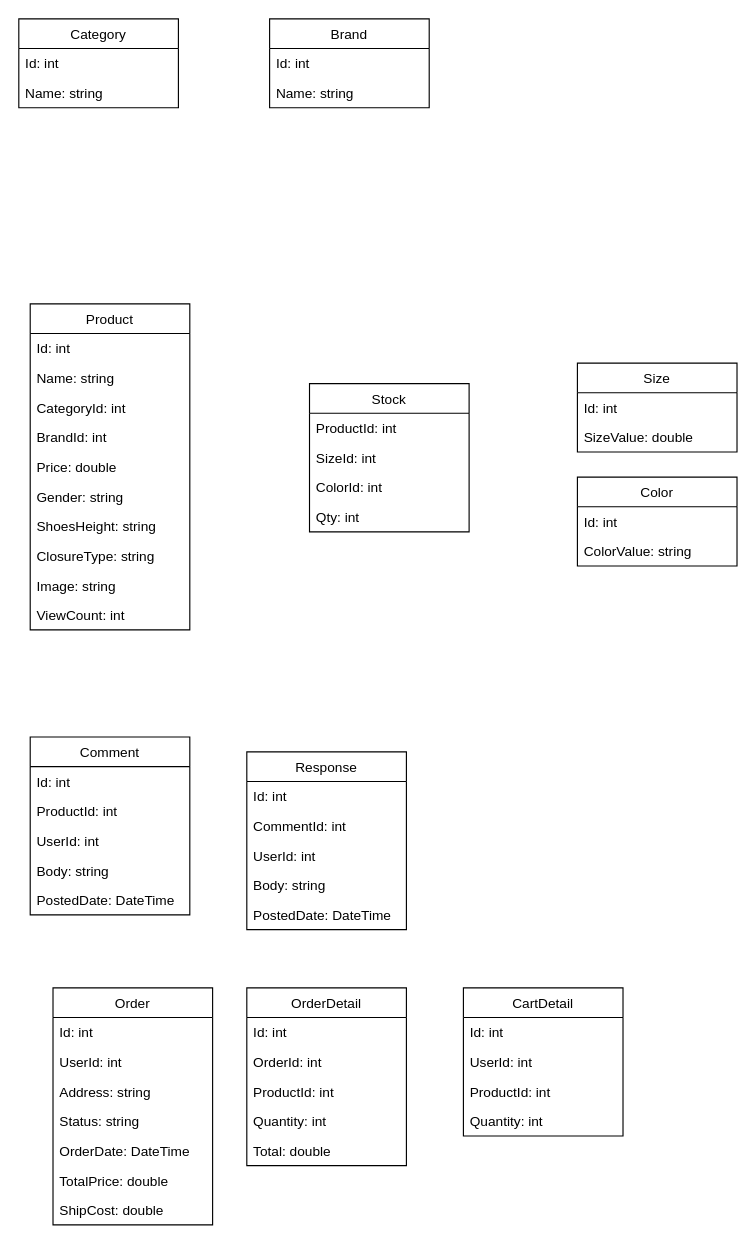
This is db.drawio from ncnt257/Hyper-Shop, a draw.io file, before an edit. Source tidied: cells renumbered, new cells numbered last; positions are measured from the earlier drawing's top-left corner, leaving out a move shared by most shapes. Both pictures are drawn from the tidied source at 114%, with x=0, y=0 at pixel (18, 18).
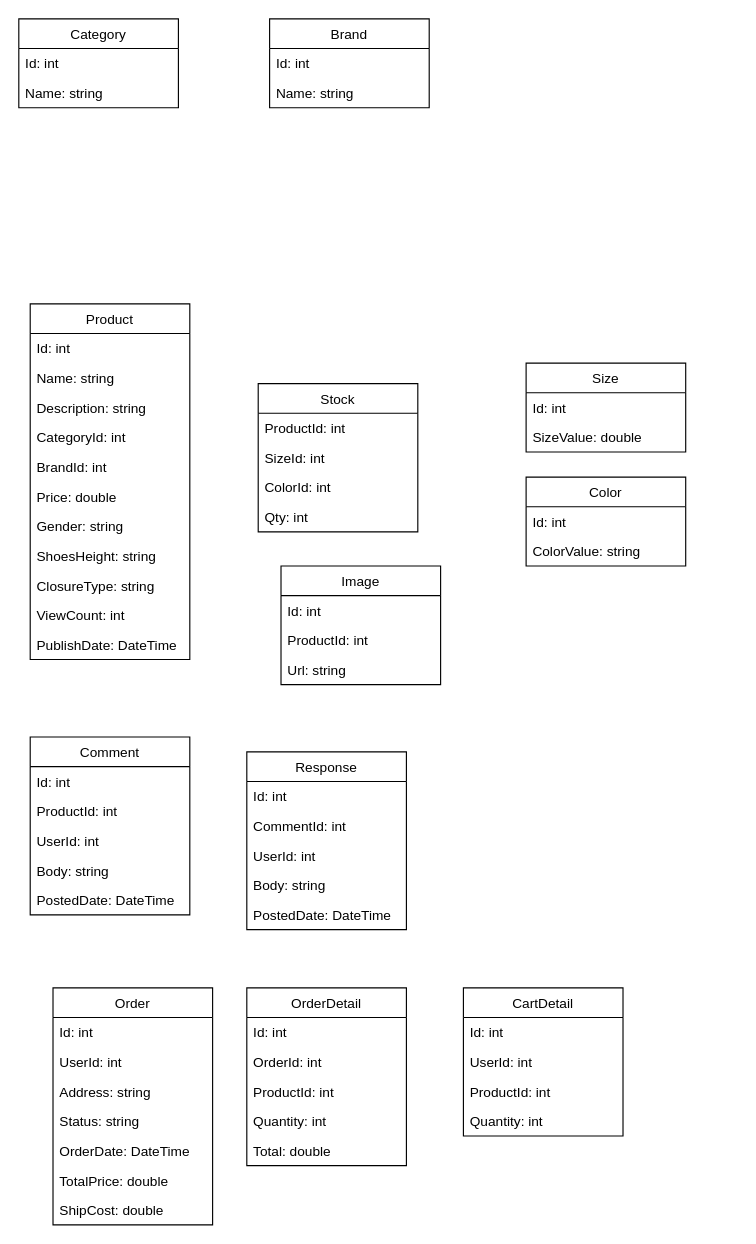
Above is the later version.

Diff of the diagram source:
```diff
@@
     <mxCell id="8" value="Product" style="swimlane;fontStyle=0;horizontal=1;startSize=26;fillColor=none;" parent="1" vertex="1">
-      <mxGeometry x="10" y="250" width="140" height="286" as="geometry" />
+      <mxGeometry x="10" y="250" width="140" height="312" as="geometry" />
     </mxCell>
@@
+    <mxCell id="61" value="Description: string" style="text;strokeColor=none;fillColor=none;align=left;verticalAlign=top;spacingLeft=4;spacingRight=4;overflow=hidden;" parent="8" vertex="1">
+      <mxGeometry y="78" width="140" height="26" as="geometry" />
+    </mxCell>
     <mxCell id="11" value="CategoryId: int" style="text;strokeColor=none;fillColor=none;align=left;verticalAlign=top;spacingLeft=4;spacingRight=4;overflow=hidden;" parent="8" vertex="1">
-      <mxGeometry y="78" width="140" height="26" as="geometry" />
+      <mxGeometry y="104" width="140" height="26" as="geometry" />
     </mxCell>
     <mxCell id="12" value="BrandId: int" style="text;strokeColor=none;fillColor=none;align=left;verticalAlign=top;spacingLeft=4;spacingRight=4;overflow=hidden;" parent="8" vertex="1">
-      <mxGeometry y="104" width="140" height="26" as="geometry" />
+      <mxGeometry y="130" width="140" height="26" as="geometry" />
     </mxCell>
     <mxCell id="13" value="Price: double" style="text;strokeColor=none;fillColor=none;align=left;verticalAlign=top;spacingLeft=4;spacingRight=4;overflow=hidden;" parent="8" vertex="1">
-      <mxGeometry y="130" width="140" height="26" as="geometry" />
+      <mxGeometry y="156" width="140" height="26" as="geometry" />
     </mxCell>
     <mxCell id="14" value="Gender: string" style="text;strokeColor=none;fillColor=none;align=left;verticalAlign=top;spacingLeft=4;spacingRight=4;overflow=hidden;" parent="8" vertex="1">
-      <mxGeometry y="156" width="140" height="26" as="geometry" />
+      <mxGeometry y="182" width="140" height="26" as="geometry" />
     </mxCell>
     <mxCell id="15" value="ShoesHeight: string" style="text;strokeColor=none;fillColor=none;align=left;verticalAlign=top;spacingLeft=4;spacingRight=4;overflow=hidden;" parent="8" vertex="1">
-      <mxGeometry y="182" width="140" height="26" as="geometry" />
+      <mxGeometry y="208" width="140" height="26" as="geometry" />
     </mxCell>
     <mxCell id="16" value="ClosureType: string" style="text;strokeColor=none;fillColor=none;align=left;verticalAlign=top;spacingLeft=4;spacingRight=4;overflow=hidden;" parent="8" vertex="1">
-      <mxGeometry y="208" width="140" height="26" as="geometry" />
+      <mxGeometry y="234" width="140" height="26" as="geometry" />
     </mxCell>
-    <mxCell id="17" value="Image: string" style="text;strokeColor=none;fillColor=none;align=left;verticalAlign=top;spacingLeft=4;spacingRight=4;overflow=hidden;" parent="8" vertex="1">
-      <mxGeometry y="234" width="140" height="26" as="geometry" />
-    </mxCell>
@@
+    <mxCell id="62" value="PublishDate: DateTime&#10;" style="text;strokeColor=none;fillColor=none;align=left;verticalAlign=top;spacingLeft=4;spacingRight=4;overflow=hidden;" parent="8" vertex="1">
+      <mxGeometry y="286" width="140" height="26" as="geometry" />
+    </mxCell>
     <mxCell id="19" value="Size" style="swimlane;fontStyle=0;horizontal=1;startSize=26;fillColor=none;" parent="1" vertex="1">
-      <mxGeometry x="490" y="302" width="140" height="78" as="geometry" />
+      <mxGeometry x="445" y="302" width="140" height="78" as="geometry" />
     </mxCell>
@@
     <mxCell id="53" value="Color" style="swimlane;fontStyle=0;horizontal=1;startSize=26;fillColor=none;" parent="1" vertex="1">
-      <mxGeometry x="490" y="402" width="140" height="78" as="geometry" />
+      <mxGeometry x="445" y="402" width="140" height="78" as="geometry" />
     </mxCell>
@@
     <mxCell id="56" value="Stock" style="swimlane;fontStyle=0;horizontal=1;startSize=26;fillColor=none;" parent="1" vertex="1">
-      <mxGeometry x="255" y="320" width="140" height="130" as="geometry" />
+      <mxGeometry x="210" y="320" width="140" height="130" as="geometry" />
     </mxCell>
@@
+    <mxCell id="63" value="Image" style="swimlane;fontStyle=0;horizontal=1;startSize=26;fillColor=none;" parent="1" vertex="1">
+      <mxGeometry x="230" y="480" width="140" height="104" as="geometry" />
+    </mxCell>
+    <mxCell id="64" value="Id: int" style="text;strokeColor=none;fillColor=none;align=left;verticalAlign=top;spacingLeft=4;spacingRight=4;overflow=hidden;" parent="63" vertex="1">
+      <mxGeometry y="26" width="140" height="26" as="geometry" />
+    </mxCell>
+    <mxCell id="65" value="ProductId: int" style="text;strokeColor=none;fillColor=none;align=left;verticalAlign=top;spacingLeft=4;spacingRight=4;overflow=hidden;" parent="63" vertex="1">
+      <mxGeometry y="52" width="140" height="26" as="geometry" />
+    </mxCell>
+    <mxCell id="66" value="Url: string" style="text;strokeColor=none;fillColor=none;align=left;verticalAlign=top;spacingLeft=4;spacingRight=4;overflow=hidden;" parent="63" vertex="1">
+      <mxGeometry y="78" width="140" height="26" as="geometry" />
+    </mxCell>
```
